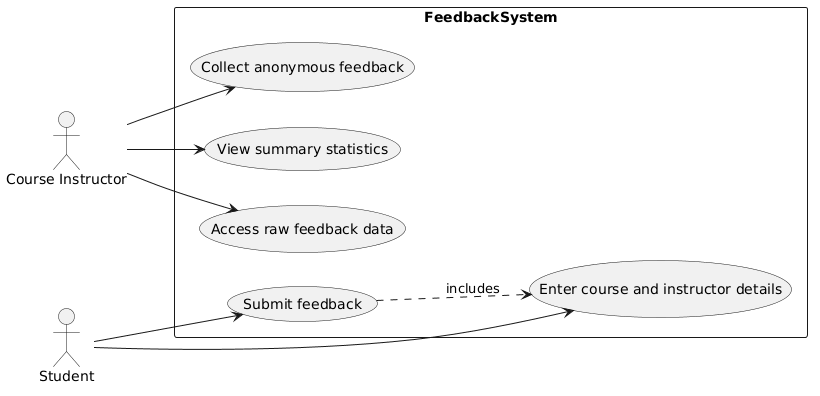
Above: Task1/artifacts/design/use_case_diagram.png in Chang718/course-feedback-analysis-system (PlantUML), before the change. Its diagram source:
```plantuml
@startuml
left to right direction
actor :Course Instructor: as CI
actor :Student: as S
rectangle FeedbackSystem {
  usecase "Collect anonymous feedback" as UC1
  usecase "View summary statistics" as UC2
  usecase "Access raw feedback data" as UC3
  usecase "Submit feedback" as UC4
  usecase "Enter course and instructor details" as UC5
}
CI --> UC1
CI --> UC2
CI --> UC3
S --> UC4
S --> UC5
UC4 ..> UC5 : includes
@enduml
```
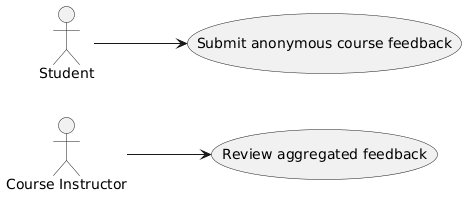
Later version of the same file.

The edit, as a diff of the source:
```diff
@@ -1,18 +1,9 @@
 @startuml
 left to right direction
-actor :Course Instructor: as CI
-actor :Student: as S
-rectangle FeedbackSystem {
-  usecase "Collect anonymous feedback" as UC1
-  usecase "View summary statistics" as UC2
-  usecase "Access raw feedback data" as UC3
-  usecase "Submit feedback" as UC4
-  usecase "Enter course and instructor details" as UC5
-}
+actor "Course Instructor" as CI
+actor "Student" as S
+usecase "Review aggregated feedback" as UC1
+usecase "Submit anonymous course feedback" as UC2
 CI --> UC1
-CI --> UC2
-CI --> UC3
-S --> UC4
-S --> UC5
-UC4 ..> UC5 : includes
+S --> UC2
 @enduml
```
